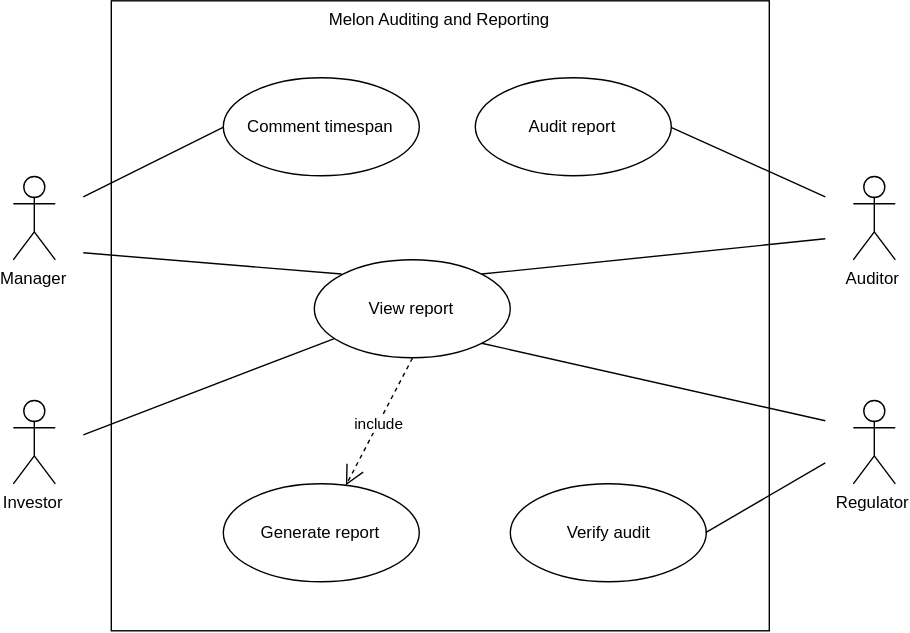
This is docs/assets/UseCaseDiagram.svg from schmidsi/melon-reporting, a draw.io export, as it was before one commit. Source tidied: cells renumbered, new cells last; positions are measured from the earlier drawing's top-left corner, leaving out a move shared by most shapes.
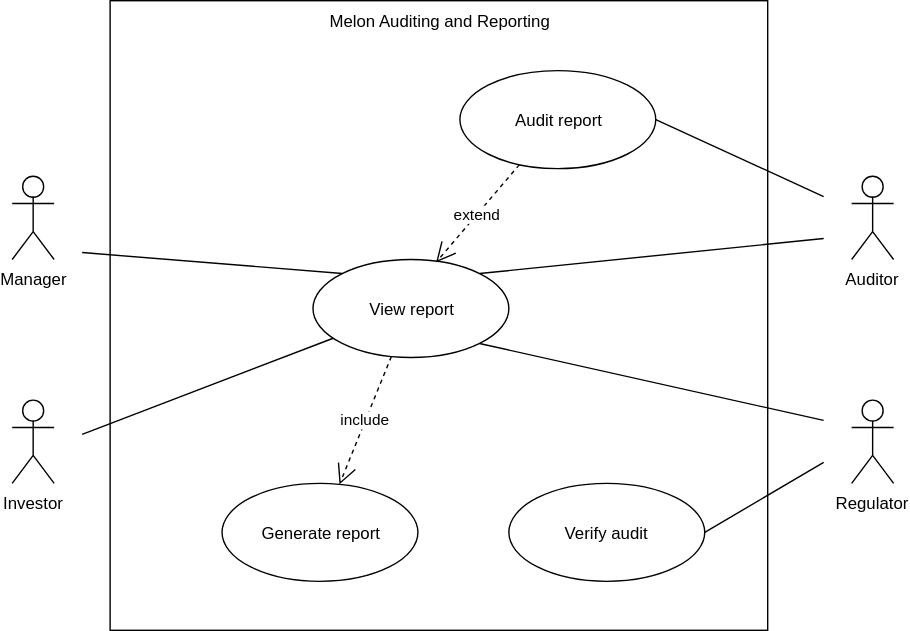
Later version of the same file.

Commit message:
Remove 'Comment timespan' use case, add extend

The edit, as a diff of the source:
```diff
@@ -24,15 +24,12 @@
       <mxGeometry x="150" y="345" width="140" height="70" as="geometry" />
     </mxCell>
     <mxCell id="9" value="Audit report" style="ellipse;whiteSpace=wrap;html=1;fillColor=#ffffff;fontColor=#000000;align=center;" parent="1" vertex="1">
-      <mxGeometry x="330" y="55" width="140" height="70" as="geometry" />
+      <mxGeometry x="320" y="50" width="140" height="70" as="geometry" />
     </mxCell>
     <mxCell id="10" value="Verify audit" style="ellipse;whiteSpace=wrap;html=1;fillColor=#ffffff;fontColor=#000000;align=center;" parent="1" vertex="1">
       <mxGeometry x="355" y="345" width="140" height="70" as="geometry" />
     </mxCell>
-    <mxCell id="11" value="Comment timespan" style="ellipse;whiteSpace=wrap;html=1;fillColor=#ffffff;fontColor=#000000;align=center;" parent="1" vertex="1">
-      <mxGeometry x="150" y="55" width="140" height="70" as="geometry" />
-    </mxCell>
-    <mxCell id="12" value="include" style="endArrow=open;endSize=12;dashed=1;html=1;fontColor=#000000;exitX=0.5;exitY=1;" parent="1" edge="1" source="7" target="8">
+    <mxCell id="12" value="include" style="endArrow=open;endSize=12;dashed=1;html=1;fontColor=#000000;" parent="1" edge="1" source="7" target="8">
       <mxGeometry relative="1" as="geometry" />
     </mxCell>
     <mxCell id="13" style="endArrow=none;html=1;fontColor=#000000;entryX=1;entryY=0.5;" parent="1" edge="1" target="9">
@@ -45,11 +42,6 @@
         <mxPoint x="580" y="170" as="sourcePoint" />
       </mxGeometry>
     </mxCell>
-    <mxCell id="15" style="endArrow=none;html=1;fontColor=#000000;entryX=0;entryY=0.5;" parent="1" edge="1" target="11">
-      <mxGeometry relative="1" as="geometry">
-        <mxPoint x="50" y="140" as="sourcePoint" />
-      </mxGeometry>
-    </mxCell>
     <mxCell id="16" style="endArrow=none;html=1;fontColor=#000000;entryX=0;entryY=0;" parent="1" edge="1" target="7">
       <mxGeometry relative="1" as="geometry">
         <mxPoint x="50" y="180" as="sourcePoint" />
@@ -70,5 +62,8 @@
         <mxPoint x="580" y="300" as="targetPoint" />
       </mxGeometry>
     </mxCell>
+    <mxCell id="20" value="extend" style="endArrow=open;endSize=12;dashed=1;html=1;fontColor=#000000;entryX=0.629;entryY=0.029;entryPerimeter=0;" parent="1" edge="1" source="9" target="7">
+      <mxGeometry relative="1" as="geometry" />
+    </mxCell>
   </root>
 </mxGraphModel>
```
